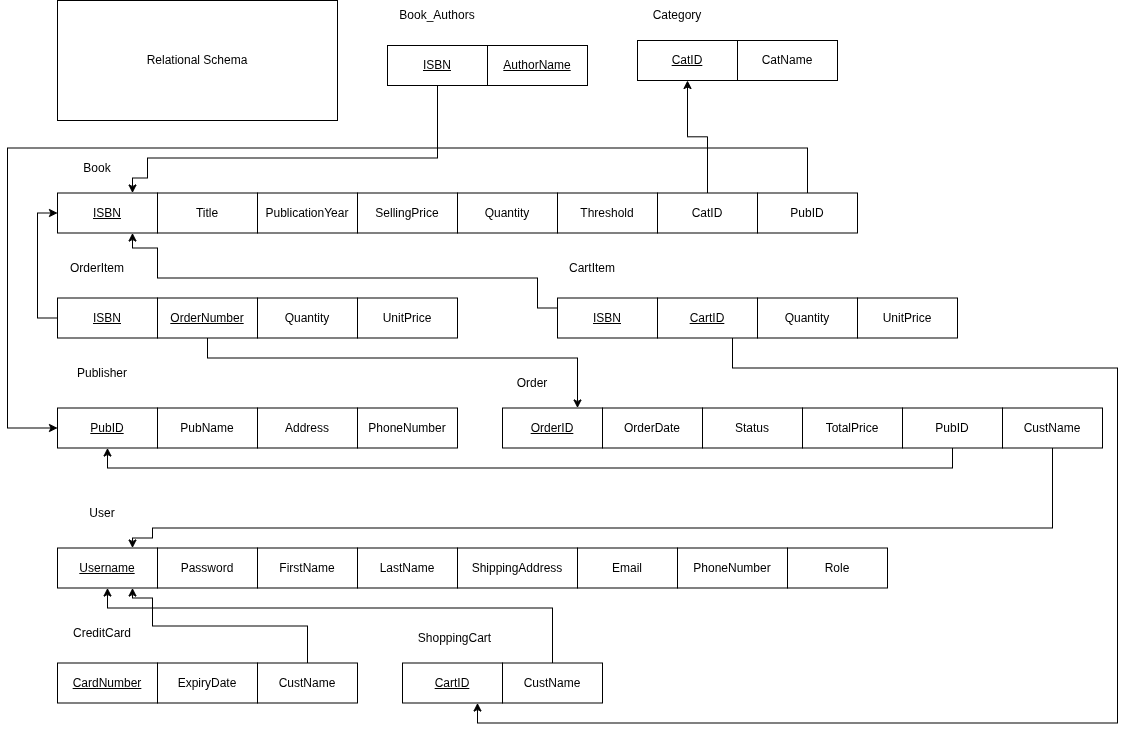
The draw.io diagram src/Database/images/Schema.png in seifmaazouz/order-processing-system, before a commit. Source tidied: cells renumbered, new cells last; positions are measured from the earlier drawing's top-left corner, leaving out a move shared by most shapes. The source it was exported from:
```xml
<mxGraphModel>
  <root>
    <mxCell id="0" />
    <mxCell id="1" parent="0" />
    <mxCell id="2" value="Title" style="whiteSpace=wrap;html=1;align=center;" parent="1" vertex="1">
      <mxGeometry x="150" y="192.5" width="100" height="40" as="geometry" />
    </mxCell>
    <mxCell id="3" value="Relational Schema" style="whiteSpace=wrap;html=1;align=center;" parent="1" vertex="1">
      <mxGeometry x="50" width="280" height="120" as="geometry" />
    </mxCell>
    <mxCell id="4" value="&lt;u&gt;ISBN&lt;/u&gt;" style="whiteSpace=wrap;html=1;align=center;" parent="1" vertex="1">
      <mxGeometry x="50" y="192.5" width="100" height="40" as="geometry" />
    </mxCell>
    <mxCell id="5" value="PublicationYear" style="whiteSpace=wrap;html=1;align=center;" parent="1" vertex="1">
      <mxGeometry x="250" y="192.5" width="100" height="40" as="geometry" />
    </mxCell>
    <mxCell id="6" value="SellingPrice" style="whiteSpace=wrap;html=1;align=center;" parent="1" vertex="1">
      <mxGeometry x="350" y="192.5" width="100" height="40" as="geometry" />
    </mxCell>
    <mxCell id="7" value="Quantity" style="whiteSpace=wrap;html=1;align=center;" parent="1" vertex="1">
      <mxGeometry x="450" y="192.5" width="100" height="40" as="geometry" />
    </mxCell>
    <mxCell id="8" value="Threshold" style="whiteSpace=wrap;html=1;align=center;" parent="1" vertex="1">
      <mxGeometry x="550" y="192.5" width="100" height="40" as="geometry" />
    </mxCell>
    <mxCell id="9" style="edgeStyle=orthogonalEdgeStyle;rounded=0;jettySize=auto;html=1;exitX=0.5;exitY=0;exitDx=0;exitDy=0;entryX=0.5;entryY=1;entryDx=0;entryDy=0;" parent="1" edge="1" source="10" target="14">
      <mxGeometry relative="1" as="geometry" />
    </mxCell>
    <mxCell id="10" value="CatID" style="whiteSpace=wrap;html=1;align=center;" parent="1" vertex="1">
      <mxGeometry x="650" y="192.5" width="100" height="40" as="geometry" />
    </mxCell>
    <mxCell id="11" style="edgeStyle=orthogonalEdgeStyle;rounded=0;jettySize=auto;html=1;exitX=0.5;exitY=0;exitDx=0;exitDy=0;entryX=0;entryY=0.5;entryDx=0;entryDy=0;" parent="1" edge="1" source="12" target="22">
      <mxGeometry relative="1" as="geometry">
        <Array as="points">
          <mxPoint x="800" y="147.5" />
          <mxPoint y="147.5" />
          <mxPoint y="427.5" />
        </Array>
      </mxGeometry>
    </mxCell>
    <mxCell id="12" value="PubID" style="whiteSpace=wrap;html=1;align=center;" parent="1" vertex="1">
      <mxGeometry x="750" y="192.5" width="100" height="40" as="geometry" />
    </mxCell>
    <mxCell id="13" value="Book" style="text;html=1;whiteSpace=wrap;strokeColor=none;fillColor=default;align=center;verticalAlign=middle;rounded=0;" parent="1" vertex="1">
      <mxGeometry x="50" y="152.5" width="80" height="30" as="geometry" />
    </mxCell>
    <mxCell id="14" value="&lt;u&gt;CatID&lt;/u&gt;" style="whiteSpace=wrap;html=1;align=center;" parent="1" vertex="1">
      <mxGeometry x="630" y="40" width="100" height="40" as="geometry" />
    </mxCell>
    <mxCell id="15" value="CatName" style="whiteSpace=wrap;html=1;align=center;" parent="1" vertex="1">
      <mxGeometry x="730" y="40" width="100" height="40" as="geometry" />
    </mxCell>
    <mxCell id="16" value="Category" style="text;html=1;whiteSpace=wrap;strokeColor=none;fillColor=default;align=center;verticalAlign=middle;rounded=0;" parent="1" vertex="1">
      <mxGeometry x="630" width="80" height="30" as="geometry" />
    </mxCell>
    <mxCell id="17" value="Book_Authors" style="text;html=1;whiteSpace=wrap;strokeColor=none;fillColor=default;align=center;verticalAlign=middle;rounded=0;" parent="1" vertex="1">
      <mxGeometry x="380" width="100" height="30" as="geometry" />
    </mxCell>
    <mxCell id="18" style="edgeStyle=orthogonalEdgeStyle;rounded=0;jettySize=auto;html=1;exitX=0.5;exitY=1;exitDx=0;exitDy=0;entryX=0.75;entryY=0;entryDx=0;entryDy=0;" parent="1" edge="1" source="19" target="4">
      <mxGeometry relative="1" as="geometry">
        <Array as="points">
          <mxPoint x="430" y="157.5" />
          <mxPoint x="140" y="157.5" />
          <mxPoint x="140" y="177.5" />
          <mxPoint x="125" y="177.5" />
        </Array>
      </mxGeometry>
    </mxCell>
    <mxCell id="19" value="&lt;u&gt;ISBN&lt;/u&gt;" style="whiteSpace=wrap;html=1;align=center;" parent="1" vertex="1">
      <mxGeometry x="380" y="45" width="100" height="40" as="geometry" />
    </mxCell>
    <mxCell id="20" value="&lt;u&gt;AuthorName&lt;/u&gt;" style="whiteSpace=wrap;html=1;align=center;" parent="1" vertex="1">
      <mxGeometry x="480" y="45" width="100" height="40" as="geometry" />
    </mxCell>
    <mxCell id="21" value="Publisher" style="text;html=1;whiteSpace=wrap;strokeColor=none;fillColor=default;align=center;verticalAlign=middle;rounded=0;" parent="1" vertex="1">
      <mxGeometry x="50" y="357.5" width="90" height="30" as="geometry" />
    </mxCell>
    <mxCell id="22" value="&lt;u&gt;PubID&lt;/u&gt;" style="whiteSpace=wrap;html=1;align=center;" parent="1" vertex="1">
      <mxGeometry x="50" y="407.5" width="100" height="40" as="geometry" />
    </mxCell>
    <mxCell id="23" value="PubName" style="whiteSpace=wrap;html=1;align=center;" parent="1" vertex="1">
      <mxGeometry x="150" y="407.5" width="100" height="40" as="geometry" />
    </mxCell>
    <mxCell id="24" value="Address" style="whiteSpace=wrap;html=1;align=center;" parent="1" vertex="1">
      <mxGeometry x="250" y="407.5" width="100" height="40" as="geometry" />
    </mxCell>
    <mxCell id="25" value="PhoneNumber" style="whiteSpace=wrap;html=1;align=center;" parent="1" vertex="1">
      <mxGeometry x="350" y="407.5" width="100" height="40" as="geometry" />
    </mxCell>
    <mxCell id="26" value="Order" style="text;html=1;whiteSpace=wrap;strokeColor=none;fillColor=default;align=center;verticalAlign=middle;rounded=0;" parent="1" vertex="1">
      <mxGeometry x="495" y="367.5" width="60" height="30" as="geometry" />
    </mxCell>
    <mxCell id="27" value="&lt;u&gt;OrderID&lt;/u&gt;" style="whiteSpace=wrap;html=1;align=center;" parent="1" vertex="1">
      <mxGeometry x="495" y="407.5" width="100" height="40" as="geometry" />
    </mxCell>
    <mxCell id="28" value="OrderDate" style="whiteSpace=wrap;html=1;align=center;" parent="1" vertex="1">
      <mxGeometry x="595" y="407.5" width="100" height="40" as="geometry" />
    </mxCell>
    <mxCell id="29" value="Status" style="whiteSpace=wrap;html=1;align=center;" parent="1" vertex="1">
      <mxGeometry x="695" y="407.5" width="100" height="40" as="geometry" />
    </mxCell>
    <mxCell id="30" value="TotalPrice" style="whiteSpace=wrap;html=1;align=center;" parent="1" vertex="1">
      <mxGeometry x="795" y="407.5" width="100" height="40" as="geometry" />
    </mxCell>
    <mxCell id="31" style="edgeStyle=orthogonalEdgeStyle;rounded=0;jettySize=auto;html=1;exitX=0.5;exitY=1;exitDx=0;exitDy=0;entryX=0.5;entryY=1;entryDx=0;entryDy=0;" parent="1" edge="1" source="32" target="22">
      <mxGeometry relative="1" as="geometry" />
    </mxCell>
    <mxCell id="32" value="PubID" style="whiteSpace=wrap;html=1;align=center;" parent="1" vertex="1">
      <mxGeometry x="895" y="407.5" width="100" height="40" as="geometry" />
    </mxCell>
    <mxCell id="33" style="edgeStyle=orthogonalEdgeStyle;rounded=0;jettySize=auto;html=1;exitX=0.5;exitY=1;exitDx=0;exitDy=0;entryX=0.75;entryY=0;entryDx=0;entryDy=0;" parent="1" edge="1" source="34" target="36">
      <mxGeometry relative="1" as="geometry">
        <Array as="points">
          <mxPoint x="1045" y="527.5" />
          <mxPoint x="145" y="527.5" />
          <mxPoint x="145" y="537.5" />
          <mxPoint x="125" y="537.5" />
        </Array>
      </mxGeometry>
    </mxCell>
    <mxCell id="34" value="CustName" style="whiteSpace=wrap;html=1;align=center;" parent="1" vertex="1">
      <mxGeometry x="995" y="407.5" width="100" height="40" as="geometry" />
    </mxCell>
    <mxCell id="35" value="User" style="text;html=1;whiteSpace=wrap;strokeColor=none;fillColor=default;align=center;verticalAlign=middle;rounded=0;" parent="1" vertex="1">
      <mxGeometry x="50" y="497.5" width="90" height="30" as="geometry" />
    </mxCell>
    <mxCell id="36" value="&lt;u&gt;Username&lt;/u&gt;" style="whiteSpace=wrap;html=1;align=center;" parent="1" vertex="1">
      <mxGeometry x="50" y="547.5" width="100" height="40" as="geometry" />
    </mxCell>
    <mxCell id="37" value="FirstName" style="whiteSpace=wrap;html=1;align=center;" parent="1" vertex="1">
      <mxGeometry x="250" y="547.5" width="100" height="40" as="geometry" />
    </mxCell>
    <mxCell id="38" value="LastName" style="whiteSpace=wrap;html=1;align=center;" parent="1" vertex="1">
      <mxGeometry x="350" y="547.5" width="100" height="40" as="geometry" />
    </mxCell>
    <mxCell id="39" value="ShippingAddress" style="whiteSpace=wrap;html=1;align=center;" parent="1" vertex="1">
      <mxGeometry x="450" y="547.5" width="120" height="40" as="geometry" />
    </mxCell>
    <mxCell id="40" value="Password" style="whiteSpace=wrap;html=1;align=center;" parent="1" vertex="1">
      <mxGeometry x="150" y="547.5" width="100" height="40" as="geometry" />
    </mxCell>
    <mxCell id="41" value="Email" style="whiteSpace=wrap;html=1;align=center;" parent="1" vertex="1">
      <mxGeometry x="570" y="547.5" width="100" height="40" as="geometry" />
    </mxCell>
    <mxCell id="42" value="PhoneNumber" style="whiteSpace=wrap;html=1;align=center;" parent="1" vertex="1">
      <mxGeometry x="670" y="547.5" width="110" height="40" as="geometry" />
    </mxCell>
    <mxCell id="43" value="&lt;u&gt;CartID&lt;/u&gt;" style="whiteSpace=wrap;html=1;align=center;" parent="1" vertex="1">
      <mxGeometry x="395" y="662.5" width="100" height="40" as="geometry" />
    </mxCell>
    <mxCell id="44" style="edgeStyle=orthogonalEdgeStyle;rounded=0;jettySize=auto;html=1;exitX=0.5;exitY=0;exitDx=0;exitDy=0;entryX=0.5;entryY=1;entryDx=0;entryDy=0;" parent="1" edge="1" source="45" target="36">
      <mxGeometry relative="1" as="geometry">
        <Array as="points">
          <mxPoint x="545" y="607.5" />
          <mxPoint x="100" y="607.5" />
        </Array>
      </mxGeometry>
    </mxCell>
    <mxCell id="45" value="CustName" style="whiteSpace=wrap;html=1;align=center;" parent="1" vertex="1">
      <mxGeometry x="495" y="662.5" width="100" height="40" as="geometry" />
    </mxCell>
    <mxCell id="46" value="ShoppingCart" style="text;html=1;whiteSpace=wrap;strokeColor=none;fillColor=default;align=center;verticalAlign=middle;rounded=0;" parent="1" vertex="1">
      <mxGeometry x="395" y="622.5" width="105" height="30" as="geometry" />
    </mxCell>
    <mxCell id="47" value="CreditCard" style="text;html=1;whiteSpace=wrap;strokeColor=none;fillColor=default;align=center;verticalAlign=middle;rounded=0;" parent="1" vertex="1">
      <mxGeometry x="55" y="617.5" width="80" height="30" as="geometry" />
    </mxCell>
    <mxCell id="48" value="&lt;u&gt;CardNumber&lt;/u&gt;" style="whiteSpace=wrap;html=1;align=center;" parent="1" vertex="1">
      <mxGeometry x="50" y="662.5" width="100" height="40" as="geometry" />
    </mxCell>
    <mxCell id="49" value="ExpiryDate" style="whiteSpace=wrap;html=1;align=center;" parent="1" vertex="1">
      <mxGeometry x="150" y="662.5" width="100" height="40" as="geometry" />
    </mxCell>
    <mxCell id="50" style="edgeStyle=orthogonalEdgeStyle;rounded=0;jettySize=auto;html=1;exitX=0.5;exitY=0;exitDx=0;exitDy=0;entryX=0.75;entryY=1;entryDx=0;entryDy=0;" parent="1" edge="1" source="51" target="36">
      <mxGeometry relative="1" as="geometry">
        <Array as="points">
          <mxPoint x="300" y="625.5" />
          <mxPoint x="145" y="625.5" />
          <mxPoint x="145" y="597.5" />
          <mxPoint x="125" y="597.5" />
        </Array>
      </mxGeometry>
    </mxCell>
    <mxCell id="51" value="CustName" style="whiteSpace=wrap;html=1;align=center;" parent="1" vertex="1">
      <mxGeometry x="250" y="662.5" width="100" height="40" as="geometry" />
    </mxCell>
    <mxCell id="52" value="OrderItem" style="text;html=1;whiteSpace=wrap;strokeColor=none;fillColor=default;align=center;verticalAlign=middle;rounded=0;" parent="1" vertex="1">
      <mxGeometry x="50" y="252.5" width="80" height="30" as="geometry" />
    </mxCell>
    <mxCell id="53" style="edgeStyle=orthogonalEdgeStyle;rounded=0;jettySize=auto;html=1;exitX=0;exitY=0.5;exitDx=0;exitDy=0;entryX=0;entryY=0.5;entryDx=0;entryDy=0;" parent="1" edge="1" source="54" target="4">
      <mxGeometry relative="1" as="geometry" />
    </mxCell>
    <mxCell id="54" value="&lt;u&gt;ISBN&lt;/u&gt;" style="whiteSpace=wrap;html=1;align=center;" parent="1" vertex="1">
      <mxGeometry x="50" y="297.5" width="100" height="40" as="geometry" />
    </mxCell>
    <mxCell id="55" style="edgeStyle=orthogonalEdgeStyle;rounded=0;jettySize=auto;html=1;exitX=0.5;exitY=1;exitDx=0;exitDy=0;entryX=0.75;entryY=0;entryDx=0;entryDy=0;" parent="1" edge="1" source="56" target="27">
      <mxGeometry relative="1" as="geometry">
        <Array as="points">
          <mxPoint x="200" y="357.5" />
          <mxPoint x="570" y="357.5" />
        </Array>
      </mxGeometry>
    </mxCell>
    <mxCell id="56" value="&lt;u&gt;OrderNumber&lt;/u&gt;" style="whiteSpace=wrap;html=1;align=center;" parent="1" vertex="1">
      <mxGeometry x="150" y="297.5" width="100" height="40" as="geometry" />
    </mxCell>
    <mxCell id="57" value="Quantity" style="whiteSpace=wrap;html=1;align=center;" parent="1" vertex="1">
      <mxGeometry x="250" y="297.5" width="100" height="40" as="geometry" />
    </mxCell>
    <mxCell id="58" value="UnitPrice" style="whiteSpace=wrap;html=1;align=center;" parent="1" vertex="1">
      <mxGeometry x="350" y="297.5" width="100" height="40" as="geometry" />
    </mxCell>
    <mxCell id="59" value="CartItem" style="text;html=1;whiteSpace=wrap;strokeColor=none;fillColor=default;align=center;verticalAlign=middle;rounded=0;" parent="1" vertex="1">
      <mxGeometry x="550" y="252.5" width="70" height="30" as="geometry" />
    </mxCell>
    <mxCell id="60" style="edgeStyle=orthogonalEdgeStyle;rounded=0;jettySize=auto;html=1;exitX=0.75;exitY=1;exitDx=0;exitDy=0;entryX=0.75;entryY=1;entryDx=0;entryDy=0;" parent="1" edge="1" source="61" target="43">
      <mxGeometry relative="1" as="geometry">
        <Array as="points">
          <mxPoint x="725" y="367.5" />
          <mxPoint x="1110" y="367.5" />
          <mxPoint x="1110" y="722.5" />
          <mxPoint x="470" y="722.5" />
        </Array>
      </mxGeometry>
    </mxCell>
    <mxCell id="61" value="&lt;u&gt;CartID&lt;/u&gt;" style="whiteSpace=wrap;html=1;align=center;" parent="1" vertex="1">
      <mxGeometry x="650" y="297.5" width="100" height="40" as="geometry" />
    </mxCell>
    <mxCell id="62" style="edgeStyle=orthogonalEdgeStyle;rounded=0;jettySize=auto;html=1;exitX=0;exitY=0.25;exitDx=0;exitDy=0;entryX=0.75;entryY=1;entryDx=0;entryDy=0;" parent="1" edge="1" source="63" target="4">
      <mxGeometry relative="1" as="geometry">
        <Array as="points">
          <mxPoint x="530" y="307.5" />
          <mxPoint x="530" y="277.5" />
          <mxPoint x="150" y="277.5" />
          <mxPoint x="150" y="247.5" />
          <mxPoint x="125" y="247.5" />
        </Array>
      </mxGeometry>
    </mxCell>
    <mxCell id="63" value="&lt;u&gt;ISBN&lt;/u&gt;" style="whiteSpace=wrap;html=1;align=center;" parent="1" vertex="1">
      <mxGeometry x="550" y="297.5" width="100" height="40" as="geometry" />
    </mxCell>
    <mxCell id="64" value="Quantity" style="whiteSpace=wrap;html=1;align=center;" parent="1" vertex="1">
      <mxGeometry x="750" y="297.5" width="100" height="40" as="geometry" />
    </mxCell>
    <mxCell id="65" value="UnitPrice" style="whiteSpace=wrap;html=1;align=center;" parent="1" vertex="1">
      <mxGeometry x="850" y="297.5" width="100" height="40" as="geometry" />
    </mxCell>
    <mxCell id="66" value="Role" style="whiteSpace=wrap;html=1;align=center;" parent="1" vertex="1">
      <mxGeometry x="780" y="547.5" width="100" height="40" as="geometry" />
    </mxCell>
  </root>
</mxGraphModel>
```
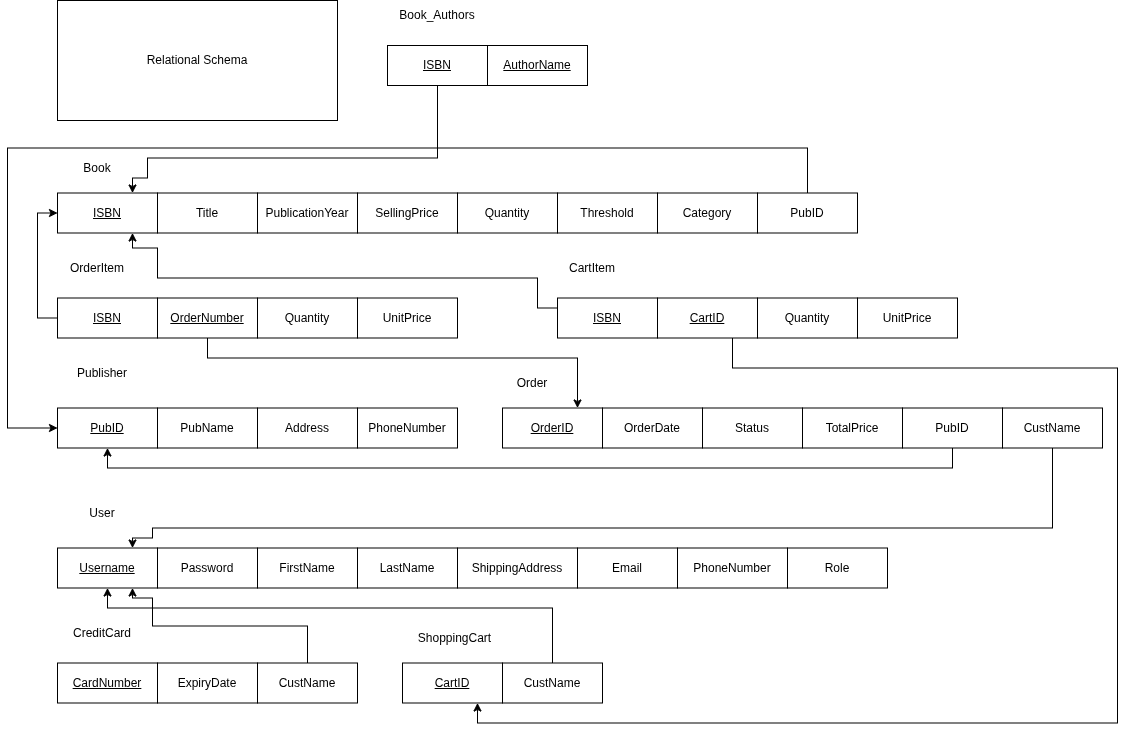
Above is the later version.

Commit message:
Tweak: removed category table for optimization

The edit, as a diff of the source:
```diff
@@ -23,10 +23,7 @@
     <mxCell id="8" value="Threshold" style="whiteSpace=wrap;html=1;align=center;" parent="1" vertex="1">
       <mxGeometry x="550" y="192.5" width="100" height="40" as="geometry" />
     </mxCell>
-    <mxCell id="9" style="edgeStyle=orthogonalEdgeStyle;rounded=0;jettySize=auto;html=1;exitX=0.5;exitY=0;exitDx=0;exitDy=0;entryX=0.5;entryY=1;entryDx=0;entryDy=0;" parent="1" edge="1" source="10" target="14">
-      <mxGeometry relative="1" as="geometry" />
-    </mxCell>
-    <mxCell id="10" value="CatID" style="whiteSpace=wrap;html=1;align=center;" parent="1" vertex="1">
+    <mxCell id="10" value="Category" style="whiteSpace=wrap;html=1;align=center;" parent="1" vertex="1">
       <mxGeometry x="650" y="192.5" width="100" height="40" as="geometry" />
     </mxCell>
     <mxCell id="11" style="edgeStyle=orthogonalEdgeStyle;rounded=0;jettySize=auto;html=1;exitX=0.5;exitY=0;exitDx=0;exitDy=0;entryX=0;entryY=0.5;entryDx=0;entryDy=0;" parent="1" edge="1" source="12" target="22">
@@ -44,15 +41,6 @@
     <mxCell id="13" value="Book" style="text;html=1;whiteSpace=wrap;strokeColor=none;fillColor=default;align=center;verticalAlign=middle;rounded=0;" parent="1" vertex="1">
       <mxGeometry x="50" y="152.5" width="80" height="30" as="geometry" />
     </mxCell>
-    <mxCell id="14" value="&lt;u&gt;CatID&lt;/u&gt;" style="whiteSpace=wrap;html=1;align=center;" parent="1" vertex="1">
-      <mxGeometry x="630" y="40" width="100" height="40" as="geometry" />
-    </mxCell>
-    <mxCell id="15" value="CatName" style="whiteSpace=wrap;html=1;align=center;" parent="1" vertex="1">
-      <mxGeometry x="730" y="40" width="100" height="40" as="geometry" />
-    </mxCell>
-    <mxCell id="16" value="Category" style="text;html=1;whiteSpace=wrap;strokeColor=none;fillColor=default;align=center;verticalAlign=middle;rounded=0;" parent="1" vertex="1">
-      <mxGeometry x="630" width="80" height="30" as="geometry" />
-    </mxCell>
     <mxCell id="17" value="Book_Authors" style="text;html=1;whiteSpace=wrap;strokeColor=none;fillColor=default;align=center;verticalAlign=middle;rounded=0;" parent="1" vertex="1">
       <mxGeometry x="380" width="100" height="30" as="geometry" />
     </mxCell>
```
